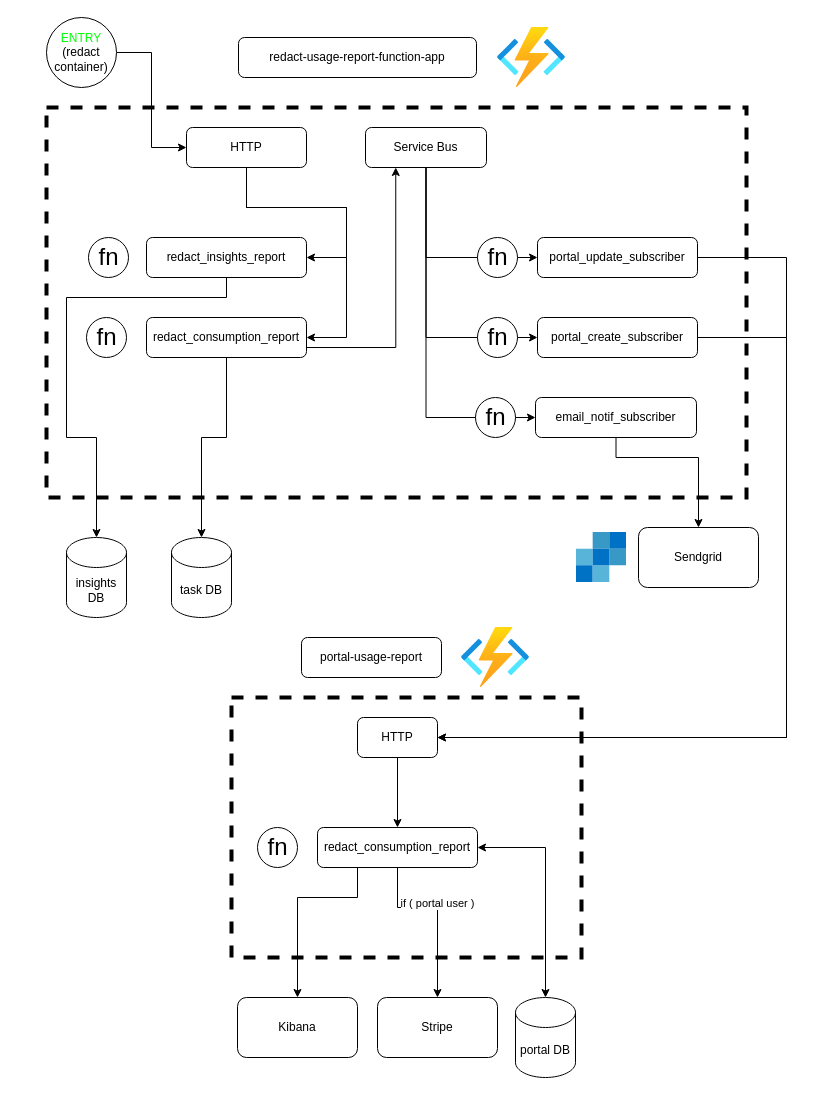
Earlier version of the draw.io diagram Copy of functions.drawio (fredyeah/diagrams). Source tidied: cells renumbered, new cells numbered last; positions are measured from the earlier drawing's top-left corner, leaving out a move shared by most shapes. Both pictures are drawn from the tidied source at 100%, with x=0, y=0 at pixel (46, 17).
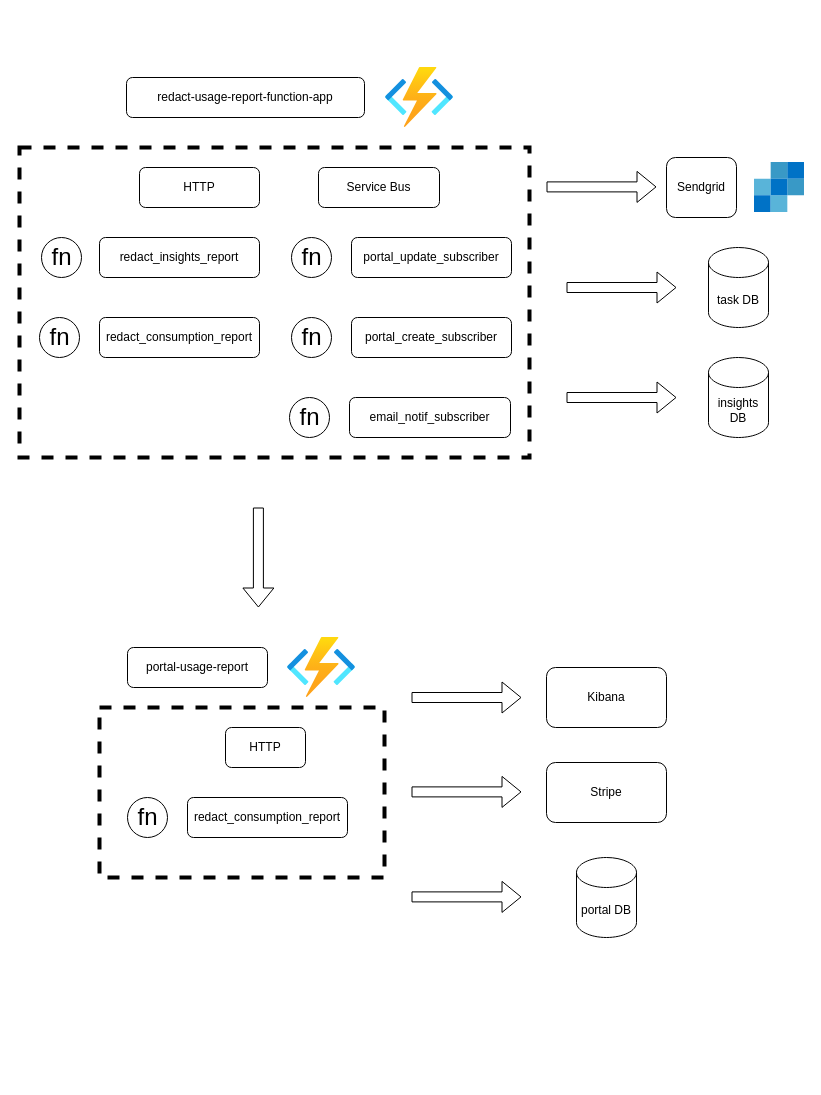
Above is the later version.

What changed in the source:
```diff
@@
+    <mxCell id="3" style="rounded=0;whiteSpace=wrap;html=1;strokeWidth=4;fillColor=none;dashed=1;" parent="1" vertex="1">
+      <mxGeometry x="-27" y="130" width="510" height="310" as="geometry" />
+    </mxCell>
     <mxCell id="2" style="rounded=0;whiteSpace=wrap;html=1;strokeWidth=4;fillColor=none;dashed=1;" parent="1" vertex="1">
-      <mxGeometry x="185" y="680" width="350" height="260" as="geometry" />
+      <mxGeometry x="53" y="690" width="285" height="170" as="geometry" />
     </mxCell>
-    <mxCell id="3" style="rounded=0;whiteSpace=wrap;html=1;strokeWidth=4;fillColor=none;dashed=1;" parent="1" vertex="1">
-      <mxGeometry y="90" width="700" height="390" as="geometry" />
-    </mxCell>
     <mxCell id="4" value="redact-usage-report-function-app" style="rounded=1;whiteSpace=wrap;html=1;" parent="1" vertex="1">
-      <mxGeometry x="192" y="20" width="238" height="40" as="geometry" />
+      <mxGeometry x="80" y="60" width="238" height="40" as="geometry" />
     </mxCell>
     <mxCell id="5" value="portal-usage-report" style="rounded=1;whiteSpace=wrap;html=1;" parent="1" vertex="1">
-      <mxGeometry x="255" y="620" width="140" height="40" as="geometry" />
+      <mxGeometry x="81" y="630" width="140" height="40" as="geometry" />
     </mxCell>
     <mxCell id="6" value="task DB" style="shape=cylinder3;whiteSpace=wrap;html=1;boundedLbl=1;backgroundOutline=1;size=15;rounded=0;strokeWidth=1;fillColor=default;" parent="1" vertex="1">
-      <mxGeometry x="125" y="520" width="60" height="80" as="geometry" />
+      <mxGeometry x="662" y="230" width="60" height="80" as="geometry" />
     </mxCell>
     <mxCell id="7" value="insights DB" style="shape=cylinder3;whiteSpace=wrap;html=1;boundedLbl=1;backgroundOutline=1;size=15;rounded=0;strokeWidth=1;fillColor=default;" parent="1" vertex="1">
-      <mxGeometry x="20" y="520" width="60" height="80" as="geometry" />
+      <mxGeometry x="662" y="340" width="60" height="80" as="geometry" />
     </mxCell>
-    <mxCell id="8" style="edgeStyle=orthogonalEdgeStyle;rounded=0;jettySize=auto;html=1;entryX=1;entryY=0.5;entryDx=0;entryDy=0;startArrow=classic;startFill=1;exitX=0.5;exitY=0;exitDx=0;exitDy=0;exitPerimeter=0;" parent="1" edge="1" source="9" target="21">
-      <mxGeometry relative="1" as="geometry">
-        <Array as="points">
-          <mxPoint x="499" y="830" />
-        </Array>
-      </mxGeometry>
-    </mxCell>
     <mxCell id="9" value="portal DB" style="shape=cylinder3;whiteSpace=wrap;html=1;boundedLbl=1;backgroundOutline=1;size=15;rounded=0;strokeWidth=1;fillColor=default;" parent="1" vertex="1">
-      <mxGeometry x="469" y="980" width="60" height="80" as="geometry" />
+      <mxGeometry x="530" y="840" width="60" height="80" as="geometry" />
     </mxCell>
     <mxCell id="10" value="Stripe" style="rounded=1;whiteSpace=wrap;html=1;strokeWidth=1;fillColor=default;" parent="1" vertex="1">
-      <mxGeometry x="331" y="980" width="120" height="60" as="geometry" />
+      <mxGeometry x="500" y="745" width="120" height="60" as="geometry" />
     </mxCell>
-    <mxCell id="11" style="edgeStyle=orthogonalEdgeStyle;rounded=0;jettySize=auto;html=1;entryX=0;entryY=0.5;entryDx=0;entryDy=0;startArrow=none;startFill=0;" parent="1" edge="1" source="14" target="30">
-      <mxGeometry relative="1" as="geometry">
-        <Array as="points">
-          <mxPoint x="379" y="240" />
-        </Array>
-      </mxGeometry>
-    </mxCell>
-    <mxCell id="12" style="edgeStyle=orthogonalEdgeStyle;rounded=0;jettySize=auto;html=1;entryX=0;entryY=0.5;entryDx=0;entryDy=0;startArrow=none;startFill=0;" parent="1" edge="1" source="14" target="33">
-      <mxGeometry relative="1" as="geometry">
-        <Array as="points">
-          <mxPoint x="379" y="320" />
-        </Array>
-      </mxGeometry>
-    </mxCell>
-    <mxCell id="13" style="edgeStyle=orthogonalEdgeStyle;rounded=0;jettySize=auto;html=1;entryX=0;entryY=0.5;entryDx=0;entryDy=0;startArrow=none;startFill=0;" parent="1" edge="1" source="14" target="36">
-      <mxGeometry relative="1" as="geometry">
-        <Array as="points">
-          <mxPoint x="379" y="400" />
-        </Array>
-      </mxGeometry>
-    </mxCell>
     <mxCell id="14" value="Service Bus" style="rounded=1;whiteSpace=wrap;html=1;strokeWidth=1;fillColor=default;" parent="1" vertex="1">
-      <mxGeometry x="319" y="110" width="121" height="40" as="geometry" />
+      <mxGeometry x="272" y="150" width="121" height="40" as="geometry" />
     </mxCell>
     <mxCell id="15" style="html=1;align=center;image;fontSize=12;image=img/lib/azure2/compute/Function_Apps.svg;rounded=0;strokeWidth=1;fillColor=default;" parent="1" vertex="1">
-      <mxGeometry x="415" y="610" width="68" height="60" as="geometry" />
+      <mxGeometry x="241" y="620" width="68" height="60" as="geometry" />
     </mxCell>
     <mxCell id="16" style="html=1;align=center;image;fontSize=12;image=img/lib/azure2/compute/Function_Apps.svg;rounded=0;strokeWidth=1;fillColor=default;" parent="1" vertex="1">
-      <mxGeometry x="451" y="10" width="68" height="60" as="geometry" />
+      <mxGeometry x="339" y="50" width="68" height="60" as="geometry" />
     </mxCell>
     <mxCell id="17" value="fn" style="shape=mxgraph.electrical.abstract.function;html=1;shadow=0;dashed=0;align=center;strokeWidth=1;fontSize=24;rounded=0;fillColor=default;" parent="1" vertex="1">
-      <mxGeometry x="211" y="810" width="40" height="40" as="geometry" />
+      <mxGeometry x="81" y="780" width="40" height="40" as="geometry" />
     </mxCell>
-    <mxCell id="18" style="edgeStyle=orthogonalEdgeStyle;rounded=0;jettySize=auto;html=1;entryX=0.5;entryY=0;entryDx=0;entryDy=0;" parent="1" edge="1" source="21" target="10">
-      <mxGeometry relative="1" as="geometry">
-        <Array as="points">
-          <mxPoint x="351" y="890" />
-          <mxPoint x="391" y="890" />
-        </Array>
-      </mxGeometry>
-    </mxCell>
-    <mxCell id="19" value="if ( portal user )" style="edgeLabel;html=1;align=center;verticalAlign=middle;" parent="18" vertex="1">
-      <mxGeometry x="-0.07" y="5" relative="1" as="geometry" />
-    </mxCell>
-    <mxCell id="20" style="edgeStyle=orthogonalEdgeStyle;rounded=0;jettySize=auto;html=1;entryX=0.5;entryY=0;entryDx=0;entryDy=0;" parent="1" edge="1" source="21" target="24">
-      <mxGeometry relative="1" as="geometry">
-        <Array as="points">
-          <mxPoint x="311" y="880" />
-          <mxPoint x="251" y="880" />
-        </Array>
-      </mxGeometry>
-    </mxCell>
     <mxCell id="21" value="redact_consumption_report" style="rounded=1;whiteSpace=wrap;html=1;" parent="1" vertex="1">
-      <mxGeometry x="271" y="810" width="160" height="40" as="geometry" />
+      <mxGeometry x="141" y="780" width="160" height="40" as="geometry" />
     </mxCell>
-    <mxCell id="22" style="edgeStyle=orthogonalEdgeStyle;rounded=0;jettySize=auto;html=1;entryX=0.5;entryY=0;entryDx=0;entryDy=0;" parent="1" edge="1" source="23" target="21">
-      <mxGeometry relative="1" as="geometry" />
-    </mxCell>
     <mxCell id="23" value="HTTP" style="rounded=1;whiteSpace=wrap;html=1;strokeWidth=1;fillColor=default;" parent="1" vertex="1">
-      <mxGeometry x="311" y="700" width="80" height="40" as="geometry" />
+      <mxGeometry x="179" y="710" width="80" height="40" as="geometry" />
     </mxCell>
     <mxCell id="24" value="Kibana" style="rounded=1;whiteSpace=wrap;html=1;strokeWidth=1;fillColor=default;" parent="1" vertex="1">
-      <mxGeometry x="191" y="980" width="120" height="60" as="geometry" />
+      <mxGeometry x="500" y="650" width="120" height="60" as="geometry" />
     </mxCell>
-    <mxCell id="25" style="edgeStyle=orthogonalEdgeStyle;rounded=0;jettySize=auto;html=1;entryX=1;entryY=0.5;entryDx=0;entryDy=0;startArrow=none;startFill=0;" parent="1" edge="1" source="27" target="43">
-      <mxGeometry relative="1" as="geometry">
-        <Array as="points">
-          <mxPoint x="200" y="190" />
-          <mxPoint x="300" y="190" />
-          <mxPoint x="300" y="240" />
-        </Array>
-      </mxGeometry>
-    </mxCell>
-    <mxCell id="26" style="edgeStyle=orthogonalEdgeStyle;rounded=0;jettySize=auto;html=1;entryX=1;entryY=0.5;entryDx=0;entryDy=0;startArrow=none;startFill=0;" parent="1" edge="1" source="27" target="40">
-      <mxGeometry relative="1" as="geometry">
-        <Array as="points">
-          <mxPoint x="200" y="190" />
-          <mxPoint x="300" y="190" />
-          <mxPoint x="300" y="320" />
-        </Array>
-      </mxGeometry>
-    </mxCell>
     <mxCell id="27" value="HTTP" style="rounded=1;whiteSpace=wrap;html=1;strokeWidth=1;fillColor=default;" parent="1" vertex="1">
-      <mxGeometry x="140" y="110" width="120" height="40" as="geometry" />
+      <mxGeometry x="93" y="150" width="120" height="40" as="geometry" />
     </mxCell>
     <mxCell id="28" value="fn" style="shape=mxgraph.electrical.abstract.function;html=1;shadow=0;dashed=0;align=center;strokeWidth=1;fontSize=24;rounded=0;fillColor=default;" parent="1" vertex="1">
-      <mxGeometry x="431" y="220" width="40" height="40" as="geometry" />
+      <mxGeometry x="245" y="220" width="40" height="40" as="geometry" />
     </mxCell>
-    <mxCell id="29" style="edgeStyle=orthogonalEdgeStyle;rounded=0;jettySize=auto;html=1;entryX=1;entryY=0.5;entryDx=0;entryDy=0;startArrow=none;startFill=0;" parent="1" edge="1" source="30" target="23">
-      <mxGeometry relative="1" as="geometry">
-        <Array as="points">
-          <mxPoint x="740" y="240" />
-          <mxPoint x="740" y="720" />
-        </Array>
-      </mxGeometry>
-    </mxCell>
     <mxCell id="30" value="portal_update_subscriber" style="rounded=1;whiteSpace=wrap;html=1;" parent="1" vertex="1">
-      <mxGeometry x="491" y="220" width="160" height="40" as="geometry" />
+      <mxGeometry x="305" y="220" width="160" height="40" as="geometry" />
     </mxCell>
     <mxCell id="31" value="fn" style="shape=mxgraph.electrical.abstract.function;html=1;shadow=0;dashed=0;align=center;strokeWidth=1;fontSize=24;rounded=0;fillColor=default;" parent="1" vertex="1">
-      <mxGeometry x="431" y="300" width="40" height="40" as="geometry" />
+      <mxGeometry x="245" y="300" width="40" height="40" as="geometry" />
     </mxCell>
-    <mxCell id="32" style="edgeStyle=orthogonalEdgeStyle;rounded=0;jettySize=auto;html=1;entryX=1;entryY=0.5;entryDx=0;entryDy=0;startArrow=none;startFill=0;" parent="1" edge="1" source="33" target="23">
-      <mxGeometry relative="1" as="geometry">
-        <Array as="points">
-          <mxPoint x="740" y="320" />
-          <mxPoint x="740" y="720" />
-        </Array>
-      </mxGeometry>
-    </mxCell>
     <mxCell id="33" value="portal_create_subscriber" style="rounded=1;whiteSpace=wrap;html=1;" parent="1" vertex="1">
-      <mxGeometry x="491" y="300" width="160" height="40" as="geometry" />
+      <mxGeometry x="305" y="300" width="160" height="40" as="geometry" />
     </mxCell>
     <mxCell id="34" value="fn" style="shape=mxgraph.electrical.abstract.function;html=1;shadow=0;dashed=0;align=center;strokeWidth=1;fontSize=24;rounded=0;fillColor=default;" parent="1" vertex="1">
-      <mxGeometry x="429" y="380" width="40" height="40" as="geometry" />
+      <mxGeometry x="243" y="380" width="40" height="40" as="geometry" />
     </mxCell>
-    <mxCell id="35" style="edgeStyle=orthogonalEdgeStyle;rounded=0;jettySize=auto;html=1;entryX=0.5;entryY=0;entryDx=0;entryDy=0;startArrow=none;startFill=0;" parent="1" edge="1" source="36" target="45">
-      <mxGeometry relative="1" as="geometry">
-        <Array as="points">
-          <mxPoint x="570" y="440" />
-          <mxPoint x="652" y="440" />
-        </Array>
-      </mxGeometry>
-    </mxCell>
     <mxCell id="36" value="email_notif_subscriber" style="rounded=1;whiteSpace=wrap;html=1;" parent="1" vertex="1">
-      <mxGeometry x="489" y="380" width="161" height="40" as="geometry" />
+      <mxGeometry x="303" y="380" width="161" height="40" as="geometry" />
     </mxCell>
     <mxCell id="37" value="fn" style="shape=mxgraph.electrical.abstract.function;html=1;shadow=0;dashed=0;align=center;strokeWidth=1;fontSize=24;rounded=0;fillColor=default;" parent="1" vertex="1">
-      <mxGeometry x="42" y="220" width="40" height="40" as="geometry" />
+      <mxGeometry x="-5" y="220" width="40" height="40" as="geometry" />
     </mxCell>
-    <mxCell id="38" style="edgeStyle=orthogonalEdgeStyle;rounded=0;jettySize=auto;html=1;entryX=0.25;entryY=1;entryDx=0;entryDy=0;startArrow=none;startFill=0;" parent="1" edge="1" source="40" target="14">
-      <mxGeometry relative="1" as="geometry">
-        <Array as="points">
-          <mxPoint x="350" y="330" />
-        </Array>
-      </mxGeometry>
-    </mxCell>
-    <mxCell id="39" style="edgeStyle=orthogonalEdgeStyle;rounded=0;jettySize=auto;html=1;startArrow=none;startFill=0;" parent="1" edge="1" source="40" target="6">
-      <mxGeometry relative="1" as="geometry">
-        <Array as="points">
-          <mxPoint x="180" y="420" />
-          <mxPoint x="155" y="420" />
-        </Array>
-      </mxGeometry>
-    </mxCell>
     <mxCell id="40" value="redact_consumption_report" style="rounded=1;whiteSpace=wrap;html=1;" parent="1" vertex="1">
-      <mxGeometry x="100" y="300" width="160" height="40" as="geometry" />
+      <mxGeometry x="53" y="300" width="160" height="40" as="geometry" />
     </mxCell>
     <mxCell id="41" value="fn" style="shape=mxgraph.electrical.abstract.function;html=1;shadow=0;dashed=0;align=center;strokeWidth=1;fontSize=24;rounded=0;fillColor=default;" parent="1" vertex="1">
-      <mxGeometry x="40" y="300" width="40" height="40" as="geometry" />
+      <mxGeometry x="-7" y="300" width="40" height="40" as="geometry" />
     </mxCell>
-    <mxCell id="42" style="edgeStyle=orthogonalEdgeStyle;rounded=0;jettySize=auto;html=1;entryX=0.5;entryY=0;entryDx=0;entryDy=0;entryPerimeter=0;startArrow=none;startFill=0;" parent="1" edge="1" source="43" target="7">
-      <mxGeometry relative="1" as="geometry">
-        <Array as="points">
-          <mxPoint x="180" y="280" />
-          <mxPoint x="20" y="280" />
-          <mxPoint x="20" y="420" />
-          <mxPoint x="50" y="420" />
-        </Array>
-      </mxGeometry>
-    </mxCell>
     <mxCell id="43" value="redact_insights_report" style="rounded=1;whiteSpace=wrap;html=1;" parent="1" vertex="1">
-      <mxGeometry x="100" y="220" width="160" height="40" as="geometry" />
+      <mxGeometry x="53" y="220" width="160" height="40" as="geometry" />
     </mxCell>
     <mxCell id="44" style="sketch=0;html=1;align=center;image;fontSize=12;image=img/lib/mscae/SendGrid_Accounts.svg;rounded=0;dashed=1;strokeWidth=4;fillColor=none;" parent="1" vertex="1">
-      <mxGeometry x="530" y="515" width="50" height="50" as="geometry" />
+      <mxGeometry x="708" y="145" width="50" height="50" as="geometry" />
     </mxCell>
     <mxCell id="45" value="Sendgrid" style="rounded=1;whiteSpace=wrap;html=1;strokeWidth=1;fillColor=default;" parent="1" vertex="1">
-      <mxGeometry x="592" y="510" width="120" height="60" as="geometry" />
+      <mxGeometry x="620" y="140" width="70" height="60" as="geometry" />
     </mxCell>
-    <mxCell id="46" style="edgeStyle=orthogonalEdgeStyle;rounded=0;jettySize=auto;html=1;entryX=0;entryY=0.5;entryDx=0;entryDy=0;fontColor=#00FF08;startArrow=none;startFill=0;" parent="1" edge="1" source="47" target="27">
-      <mxGeometry relative="1" as="geometry" />
-    </mxCell>
-    <mxCell id="47" value="&lt;font color=&quot;#00ff08&quot;&gt;ENTRY&lt;/font&gt;&lt;br&gt;(redact container)" style="ellipse;whiteSpace=wrap;html=1;rounded=0;strokeWidth=1;fillColor=default;" parent="1" vertex="1">
-      <mxGeometry width="70" height="70" as="geometry" />
-    </mxCell>
+    <mxCell id="48" style="shape=flexArrow;endArrow=classic;startArrow=none;html=1;rounded=0;startFill=0;" parent="1" edge="1">
+      <mxGeometry relative="1" as="geometry">
+        <mxPoint x="500" y="169.4" as="sourcePoint" />
+        <mxPoint x="610" y="169.4" as="targetPoint" />
+      </mxGeometry>
+    </mxCell>
+    <mxCell id="49" style="shape=flexArrow;endArrow=classic;startArrow=none;html=1;rounded=0;startFill=0;" parent="1" edge="1">
+      <mxGeometry relative="1" as="geometry">
+        <mxPoint x="520" y="270" as="sourcePoint" />
+        <mxPoint x="630" y="270" as="targetPoint" />
+      </mxGeometry>
+    </mxCell>
+    <mxCell id="50" style="shape=flexArrow;endArrow=classic;startArrow=none;html=1;rounded=0;startFill=0;" parent="1" edge="1">
+      <mxGeometry relative="1" as="geometry">
+        <mxPoint x="520" y="380" as="sourcePoint" />
+        <mxPoint x="630" y="380" as="targetPoint" />
+      </mxGeometry>
+    </mxCell>
+    <mxCell id="51" style="shape=flexArrow;endArrow=classic;startArrow=none;html=1;rounded=0;startFill=0;" parent="1" edge="1">
+      <mxGeometry relative="1" as="geometry">
+        <mxPoint x="365" y="680" as="sourcePoint" />
+        <mxPoint x="475" y="680" as="targetPoint" />
+      </mxGeometry>
+    </mxCell>
+    <mxCell id="52" style="shape=flexArrow;endArrow=classic;startArrow=none;html=1;rounded=0;startFill=0;" parent="1" edge="1">
+      <mxGeometry relative="1" as="geometry">
+        <mxPoint x="365" y="774.4" as="sourcePoint" />
+        <mxPoint x="475" y="774.4" as="targetPoint" />
+      </mxGeometry>
+    </mxCell>
+    <mxCell id="53" style="shape=flexArrow;endArrow=classic;startArrow=none;html=1;rounded=0;startFill=0;" parent="1" edge="1">
+      <mxGeometry relative="1" as="geometry">
+        <mxPoint x="365" y="879.4" as="sourcePoint" />
+        <mxPoint x="475" y="879.4" as="targetPoint" />
+      </mxGeometry>
+    </mxCell>
+    <mxCell id="54" style="shape=flexArrow;endArrow=classic;startArrow=none;html=1;rounded=0;startFill=0;" parent="1" edge="1">
+      <mxGeometry relative="1" as="geometry">
+        <mxPoint x="211.9" y="490" as="sourcePoint" />
+        <mxPoint x="211.9" y="590" as="targetPoint" />
+      </mxGeometry>
+    </mxCell>
```
